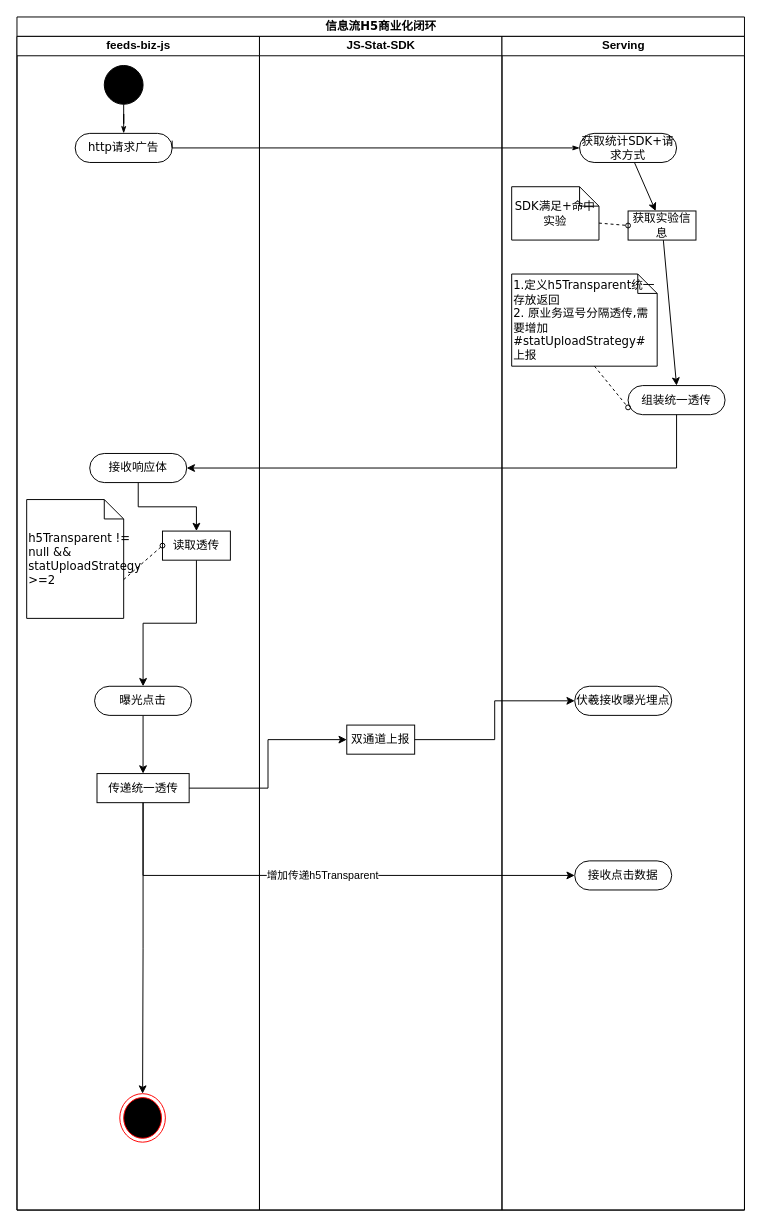
The draw.io diagram universal-engine/feeds-h5-transparent.drawio in karlchan-cn/drawio-repository, before the edit. Source tidied: cells renumbered, new cells numbered last; positions are measured from the earlier drawing's top-left corner, leaving out a move shared by most shapes. Both pictures are drawn from the tidied source at 97%, with x=0, y=0 at pixel (16, 16).
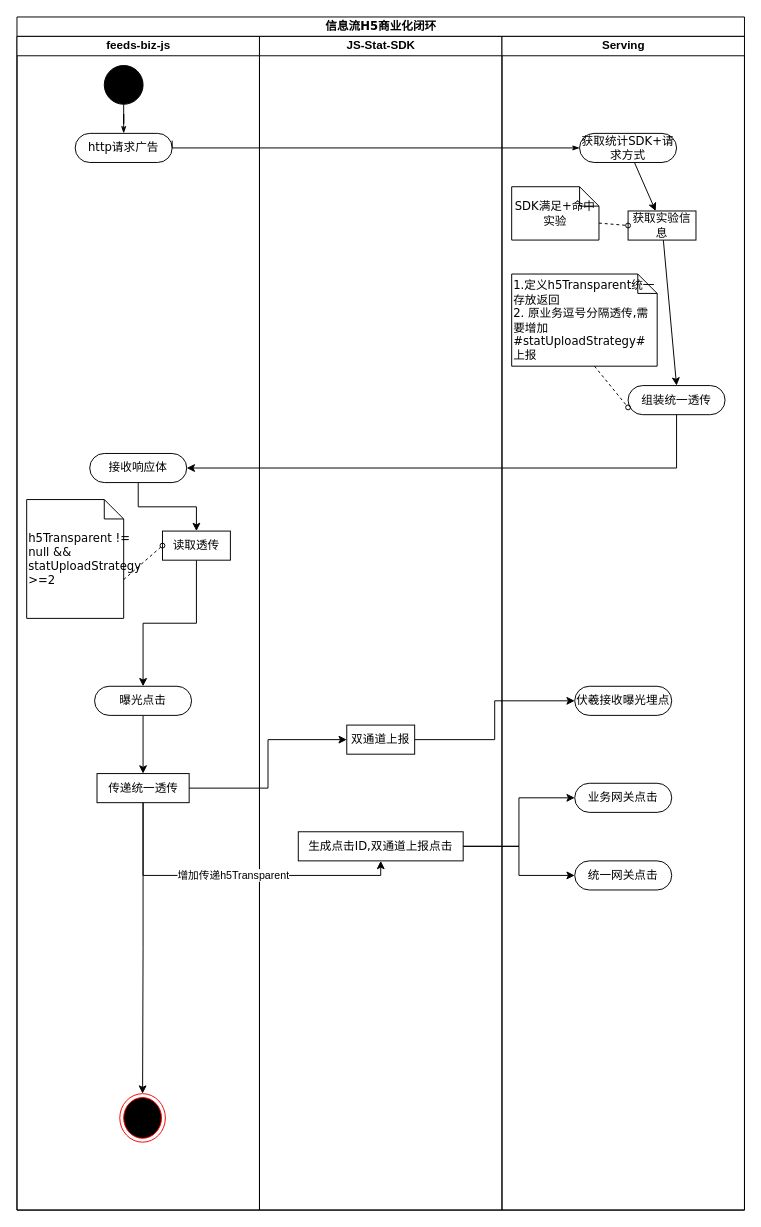
Above is the later version.

The change refers to these unchanged cells:
```xml
<mxCell id="2" value="信息流H5商业化闭环" style="swimlane;html=1;startSize=20;rounded=0;shadow=0;comic=0;labelBackgroundColor=none;strokeWidth=1;fontFamily=Verdana;fontSize=12;align=center;" parent="1" vertex="1">
  <mxGeometry width="750" height="1230" as="geometry" />
</mxCell>
<mxCell id="16" value="传递统一透传" style="rounded=0;whiteSpace=wrap;html=1;shadow=0;comic=0;labelBackgroundColor=none;strokeWidth=1;fontFamily=Verdana;fontSize=12;align=center;arcSize=50;" parent="3" vertex="1">
  <mxGeometry x="82.5" y="760" width="95" height="30" as="geometry" />
</mxCell>
<mxCell id="18" value="JS-Stat-SDK" style="swimlane;html=1;startSize=20;" parent="2" vertex="1">
  <mxGeometry x="250" y="20" width="250" height="1210" as="geometry" />
</mxCell>
<mxCell id="20" value="Serving" style="swimlane;html=1;startSize=20;" parent="2" vertex="1">
  <mxGeometry x="500" y="20" width="250" height="1210" as="geometry" />
</mxCell>
```

Change to the diagram source:
```diff
@@
+    <mxCell id="37" value="生成点击ID,双通道上报点击" style="rounded=0;whiteSpace=wrap;html=1;shadow=0;comic=0;labelBackgroundColor=none;strokeWidth=1;fontFamily=Verdana;fontSize=12;align=center;arcSize=50;" parent="18" vertex="1">
+      <mxGeometry x="40" y="820" width="170" height="30" as="geometry" />
+    </mxCell>
@@
-    <mxCell id="29" value="接收点击数据" style="rounded=1;whiteSpace=wrap;html=1;shadow=0;comic=0;labelBackgroundColor=none;strokeWidth=1;fontFamily=Verdana;fontSize=12;align=center;arcSize=50;" parent="20" vertex="1">
+    <mxCell id="29" value="统一网关点击" style="rounded=1;whiteSpace=wrap;html=1;shadow=0;comic=0;labelBackgroundColor=none;strokeWidth=1;fontFamily=Verdana;fontSize=12;align=center;arcSize=50;" parent="20" vertex="1">
       <mxGeometry x="75" y="850" width="100" height="30" as="geometry" />
     </mxCell>
+    <mxCell id="38" value="业务网关点击" style="rounded=1;whiteSpace=wrap;html=1;shadow=0;comic=0;labelBackgroundColor=none;strokeWidth=1;fontFamily=Verdana;fontSize=12;align=center;arcSize=50;" parent="20" vertex="1">
+      <mxGeometry x="75" y="770" width="100" height="30" as="geometry" />
+    </mxCell>
@@
-    <mxCell id="33" value="增加传递h5Transparent" style="edgeStyle=orthogonalEdgeStyle;rounded=0;jettySize=auto;html=1;entryX=0;entryY=0.5;entryDx=0;entryDy=0;" parent="2" edge="1" source="16" target="29">
+    <mxCell id="33" value="增加传递h5Transparent" style="edgeStyle=orthogonalEdgeStyle;rounded=0;jettySize=auto;html=1;entryX=0.5;entryY=1;entryDx=0;entryDy=0;" parent="2" edge="1" source="16" target="37">
       <mxGeometry relative="1" as="geometry">
         <Array as="points">
           <mxPoint x="130" y="885" />
+          <mxPoint x="375" y="885" />
         </Array>
       </mxGeometry>
     </mxCell>
+    <mxCell id="39" style="edgeStyle=orthogonalEdgeStyle;rounded=0;jettySize=auto;html=1;entryX=0;entryY=0.5;entryDx=0;entryDy=0;" parent="2" edge="1" source="37" target="38">
+      <mxGeometry relative="1" as="geometry" />
+    </mxCell>
+    <mxCell id="40" style="edgeStyle=orthogonalEdgeStyle;rounded=0;jettySize=auto;html=1;entryX=0;entryY=0.5;entryDx=0;entryDy=0;" parent="2" edge="1" source="37" target="29">
+      <mxGeometry relative="1" as="geometry" />
+    </mxCell>
```
